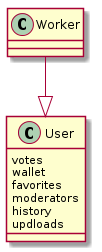
Before: img/user-class.png, a diagram exported from PlantUML (wetube/bitcloud). The source it was exported from:
```plantuml
@startuml
class User {
     votes
      wallet
      favorites
      moderators
      history
      updloads
}
Worker --|> User
@enduml
```
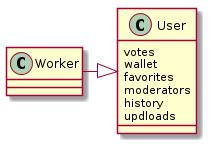
Above is the later version.

Change to the diagram source:
```diff
@@ -7,5 +7,5 @@
       history
       updloads
 }
-Worker --|> User
+Worker -right-|> User
 @enduml
```
